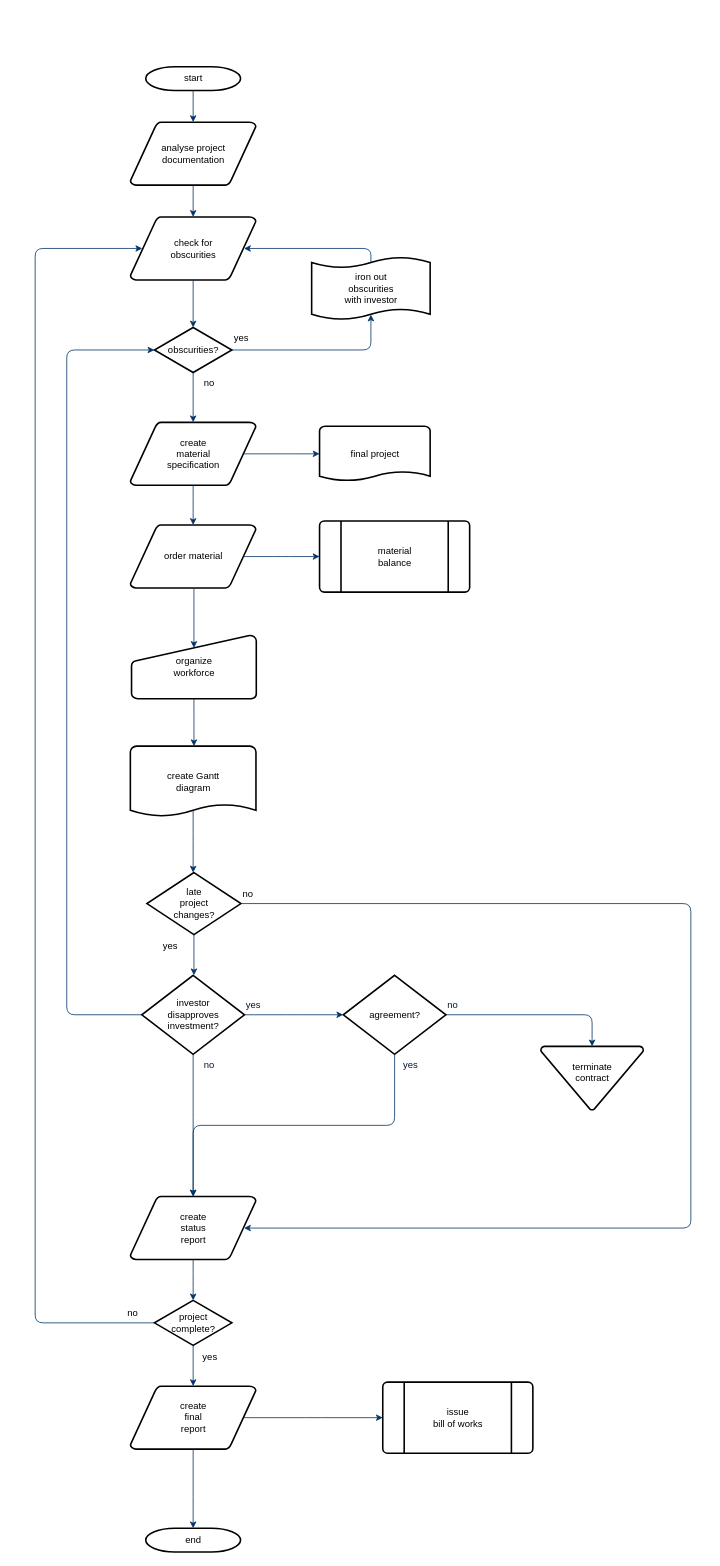
Earlier version of the draw.io diagram Untitled Diagram.drawio (GenyEEM/Doc). Source tidied: cells renumbered, new cells numbered last; positions are measured from the earlier drawing's top-left corner, leaving out a move shared by most shapes. Both pictures are drawn from the tidied source at 79%, with x=0, y=0 at pixel (35, 66).
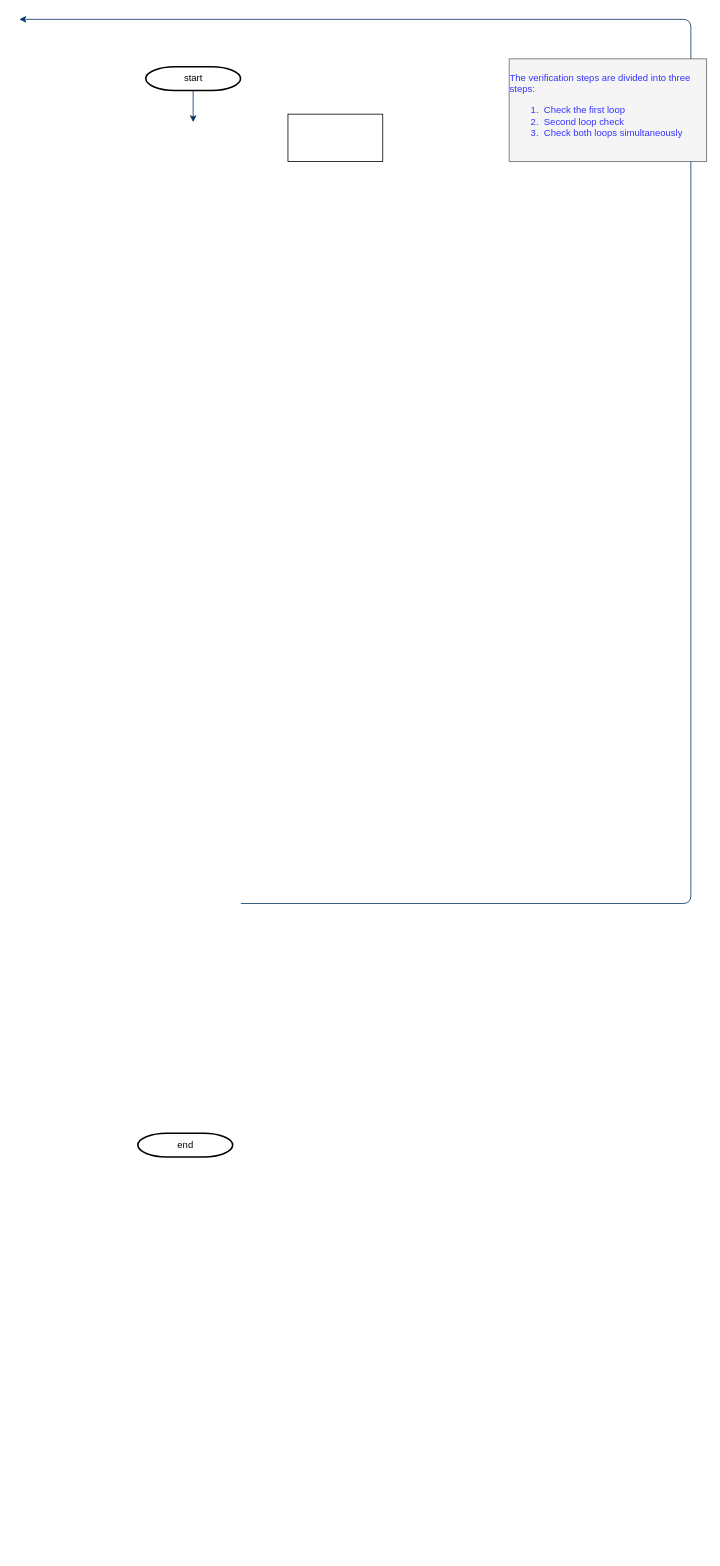
The same diagram, later.

Unchanged cells that the change refers to:
```xml
<mxCell id="2" value="start" style="shape=mxgraph.flowchart.terminator;strokeWidth=2;gradientColor=none;gradientDirection=north;fontStyle=0;html=1;" parent="1" vertex="1">
  <mxGeometry x="140" width="120" height="30" as="geometry" />
</mxCell>
```

Diff of the diagram source:
```diff
@@
-    <mxCell id="3" value="analyse project&#10; documentation" style="shape=mxgraph.flowchart.data;strokeWidth=2;gradientColor=none;gradientDirection=north;fontStyle=0;html=1;" parent="1" vertex="1">
-      <mxGeometry x="120.5" y="70" width="159" height="80" as="geometry" />
-    </mxCell>
-    <mxCell id="4" value="create&#10;material&#10;specification" style="shape=mxgraph.flowchart.data;strokeWidth=2;gradientColor=none;gradientDirection=north;fontStyle=0;html=1;" parent="1" vertex="1">
-      <mxGeometry x="120.5" y="450" width="159" height="80" as="geometry" />
-    </mxCell>
-    <mxCell id="5" value="check for&#10;obscurities" style="shape=mxgraph.flowchart.data;strokeWidth=2;gradientColor=none;gradientDirection=north;fontStyle=0;html=1;" parent="1" vertex="1">
-      <mxGeometry x="120.5" y="190" width="159" height="80" as="geometry" />
-    </mxCell>
-    <mxCell id="6" value="obscurities?" style="shape=mxgraph.flowchart.decision;strokeWidth=2;gradientColor=none;gradientDirection=north;fontStyle=0;html=1;" parent="1" vertex="1">
-      <mxGeometry x="151" y="330" width="98" height="57" as="geometry" />
-    </mxCell>
-    <mxCell id="7" style="fontStyle=1;strokeColor=#003366;strokeWidth=1;html=1;" parent="1" edge="1" source="2" target="3">
-      <mxGeometry relative="1" as="geometry" />
+    <mxCell id="7" style="fontStyle=1;strokeColor=#003366;strokeWidth=1;html=1;" parent="1" edge="1" source="2">
+      <mxGeometry relative="1" as="geometry">
+        <mxPoint x="200" y="70" as="targetPoint" />
+      </mxGeometry>
     </mxCell>
-    <mxCell id="8" style="fontStyle=1;strokeColor=#003366;strokeWidth=1;html=1;" parent="1" edge="1" source="3" target="5">
-      <mxGeometry relative="1" as="geometry" />
-    </mxCell>
-    <mxCell id="9" style="entryX=0.5;entryY=0;entryPerimeter=0;fontStyle=1;strokeColor=#003366;strokeWidth=1;html=1;" parent="1" edge="1" source="5" target="6">
-      <mxGeometry relative="1" as="geometry" />
-    </mxCell>
-    <mxCell id="10" style="edgeStyle=elbowEdgeStyle;elbow=horizontal;entryX=0.5;entryY=0.91;entryPerimeter=0;exitX=1;exitY=0.5;exitPerimeter=0;fontStyle=1;strokeColor=#003366;strokeWidth=1;html=1;" parent="1" edge="1" source="6" target="51">
-      <mxGeometry x="381" y="28.5" as="geometry">
-        <Array as="points">
-          <mxPoint x="425" y="340" />
-        </Array>
-      </mxGeometry>
-    </mxCell>
-    <mxCell id="11" value="yes" style="text;fontStyle=0;html=1;strokeColor=none;gradientColor=none;fillColor=none;strokeWidth=2;" parent="1" vertex="1">
-      <mxGeometry x="250" y="330" width="40" height="26" as="geometry" />
-    </mxCell>
-    <mxCell id="12" style="edgeStyle=elbowEdgeStyle;elbow=horizontal;fontColor=#001933;fontStyle=1;strokeColor=#003366;strokeWidth=1;html=1;" parent="1" edge="1" source="6" target="4">
-      <mxGeometry as="geometry" />
-    </mxCell>
-    <mxCell id="13" value="order material" style="shape=mxgraph.flowchart.data;strokeWidth=2;gradientColor=none;gradientDirection=north;fontStyle=0;html=1;" parent="1" vertex="1">
-      <mxGeometry x="120.5" y="580" width="159" height="80" as="geometry" />
-    </mxCell>
-    <mxCell id="14" value="no" style="text;fontStyle=0;html=1;strokeColor=none;gradientColor=none;fillColor=none;strokeWidth=2;align=center;" parent="1" vertex="1">
-      <mxGeometry x="200" y="387" width="40" height="26" as="geometry" />
-    </mxCell>
-    <mxCell id="15" value="final project" style="shape=mxgraph.flowchart.document;strokeWidth=2;gradientColor=none;gradientDirection=north;fontStyle=0;html=1;" parent="1" vertex="1">
-      <mxGeometry x="360" y="455" width="140" height="70" as="geometry" />
-    </mxCell>
-    <mxCell id="16" style="edgeStyle=elbowEdgeStyle;elbow=horizontal;exitX=0.905;exitY=0.5;exitPerimeter=0;fontStyle=1;strokeColor=#003366;strokeWidth=1;html=1;" parent="1" edge="1" source="4" target="15">
-      <mxGeometry as="geometry" />
-    </mxCell>
-    <mxCell id="17" style="edgeStyle=elbowEdgeStyle;elbow=horizontal;fontStyle=1;strokeColor=#003366;strokeWidth=1;html=1;" parent="1" edge="1" source="4" target="13">
-      <mxGeometry as="geometry" />
-    </mxCell>
-    <mxCell id="18" value="material&#10;balance" style="shape=mxgraph.flowchart.predefined_process;strokeWidth=2;gradientColor=none;gradientDirection=north;fontStyle=0;html=1;" parent="1" vertex="1">
-      <mxGeometry x="360" y="575" width="190" height="90" as="geometry" />
-    </mxCell>
-    <mxCell id="19" style="edgeStyle=elbowEdgeStyle;elbow=horizontal;exitX=0.905;exitY=0.5;exitPerimeter=0;fontStyle=1;strokeColor=#003366;strokeWidth=1;html=1;" parent="1" edge="1" source="13" target="18">
-      <mxGeometry as="geometry" />
-    </mxCell>
-    <mxCell id="20" value="organize &#10;workforce" style="shape=mxgraph.flowchart.manual_input;strokeWidth=2;gradientColor=none;gradientDirection=north;fontStyle=0;html=1;" parent="1" vertex="1">
-      <mxGeometry x="122" y="720" width="158" height="80" as="geometry" />
-    </mxCell>
-    <mxCell id="21" style="edgeStyle=elbowEdgeStyle;elbow=horizontal;entryX=0.5;entryY=0.195;entryPerimeter=0;fontStyle=1;strokeColor=#003366;strokeWidth=1;html=1;" parent="1" edge="1" source="13" target="20">
-      <mxGeometry as="geometry" />
-    </mxCell>
-    <mxCell id="22" value="create Gantt&#10;diagram" style="shape=mxgraph.flowchart.document;strokeWidth=2;gradientColor=none;gradientDirection=north;fontStyle=0;html=1;" parent="1" vertex="1">
-      <mxGeometry x="120.5" y="860" width="159" height="90" as="geometry" />
-    </mxCell>
-    <mxCell id="23" style="edgeStyle=elbowEdgeStyle;elbow=horizontal;exitX=0.5;exitY=1;exitPerimeter=0;fontStyle=1;strokeColor=#003366;strokeWidth=1;html=1;" parent="1" edge="1" source="20" target="22">
-      <mxGeometry as="geometry" />
-    </mxCell>
-    <mxCell id="24" value="late&#10;project&#10;changes?" style="shape=mxgraph.flowchart.decision;strokeWidth=2;gradientColor=none;gradientDirection=north;fontStyle=0;html=1;" parent="1" vertex="1">
-      <mxGeometry x="141.5" y="1020" width="119" height="78.5" as="geometry" />
-    </mxCell>
-    <mxCell id="25" style="edgeStyle=elbowEdgeStyle;elbow=horizontal;exitX=0.5;exitY=0.9;exitPerimeter=0;fontStyle=1;strokeColor=#003366;strokeWidth=1;html=1;" parent="1" edge="1" source="22" target="24">
-      <mxGeometry as="geometry" />
-    </mxCell>
-    <mxCell id="26" style="edgeStyle=elbowEdgeStyle;elbow=horizontal;exitX=0;exitY=0.5;exitPerimeter=0;entryX=0;entryY=0.5;entryPerimeter=0;fontStyle=1;strokeColor=#003366;strokeWidth=1;html=1;" parent="1" edge="1" source="28" target="6">
-      <mxGeometry as="geometry">
-        <Array as="points">
-          <mxPoint x="40" y="790" />
-        </Array>
-      </mxGeometry>
-    </mxCell>
-    <mxCell id="27" value="yes" style="text;fontStyle=0;html=1;strokeColor=none;gradientColor=none;fillColor=none;strokeWidth=2;" parent="1" vertex="1">
-      <mxGeometry x="160" y="1098.5" width="40" height="26" as="geometry" />
-    </mxCell>
-    <mxCell id="28" value="investor&#10;disapproves&#10; investment?" style="shape=mxgraph.flowchart.decision;strokeWidth=2;gradientColor=none;gradientDirection=north;fontStyle=0;html=1;" parent="1" vertex="1">
-      <mxGeometry x="135" y="1150" width="130" height="100" as="geometry" />
-    </mxCell>
-    <mxCell id="29" value="agreement?" style="shape=mxgraph.flowchart.decision;strokeWidth=2;gradientColor=none;gradientDirection=north;fontStyle=0;html=1;" parent="1" vertex="1">
-      <mxGeometry x="390" y="1150" width="130" height="100" as="geometry" />
-    </mxCell>
-    <mxCell id="30" style="edgeStyle=elbowEdgeStyle;elbow=horizontal;exitX=0.5;exitY=1;exitPerimeter=0;fontStyle=1;strokeColor=#003366;strokeWidth=1;html=1;" parent="1" edge="1" source="24" target="28">
-      <mxGeometry as="geometry" />
-    </mxCell>
-    <mxCell id="31" style="edgeStyle=elbowEdgeStyle;elbow=horizontal;exitX=1;exitY=0.5;exitPerimeter=0;entryX=0;entryY=0.5;entryPerimeter=0;fontStyle=1;strokeColor=#003366;strokeWidth=1;html=1;" parent="1" edge="1" source="28" target="29">
-      <mxGeometry as="geometry" />
-    </mxCell>
-    <mxCell id="32" value="terminate&#10;contract&#10;" style="shape=mxgraph.flowchart.merge_or_storage;strokeWidth=2;gradientColor=none;gradientDirection=north;fontStyle=0;html=1;" parent="1" vertex="1">
-      <mxGeometry x="640" y="1240" width="130" height="80.5" as="geometry" />
-    </mxCell>
-    <mxCell id="33" style="edgeStyle=elbowEdgeStyle;elbow=vertical;exitX=1;exitY=0.5;exitPerimeter=0;entryX=0.5;entryY=0;entryPerimeter=0;fontStyle=1;strokeColor=#003366;strokeWidth=1;html=1;" parent="1" edge="1" source="29" target="32">
-      <mxGeometry as="geometry">
-        <Array as="points">
-          <mxPoint x="620" y="1200" />
-        </Array>
-      </mxGeometry>
-    </mxCell>
-    <mxCell id="34" value="create&#10;status&#10;report" style="shape=mxgraph.flowchart.data;strokeWidth=2;gradientColor=none;gradientDirection=north;fontStyle=0;html=1;" parent="1" vertex="1">
-      <mxGeometry x="120.5" y="1430" width="159" height="80" as="geometry" />
-    </mxCell>
-    <mxCell id="35" style="edgeStyle=elbowEdgeStyle;elbow=vertical;exitX=0.5;exitY=1;exitPerimeter=0;fontColor=#001933;fontStyle=1;strokeColor=#003366;strokeWidth=1;html=1;" parent="1" edge="1" source="28" target="34">
-      <mxGeometry as="geometry" />
-    </mxCell>
-    <mxCell id="36" style="edgeStyle=elbowEdgeStyle;elbow=vertical;exitX=0.5;exitY=1;exitPerimeter=0;entryX=0.5;entryY=0;entryPerimeter=0;fontStyle=1;strokeColor=#003366;strokeWidth=1;html=1;" parent="1" edge="1" source="29" target="34">
-      <mxGeometry as="geometry" />
-    </mxCell>
-    <mxCell id="37" value="project&#10;complete?" style="shape=mxgraph.flowchart.decision;strokeWidth=2;gradientColor=none;gradientDirection=north;fontStyle=0;html=1;" parent="1" vertex="1">
-      <mxGeometry x="151" y="1561.5" width="98" height="57" as="geometry" />
-    </mxCell>
-    <mxCell id="38" value="create&#10;final&#10;report" style="shape=mxgraph.flowchart.data;strokeWidth=2;gradientColor=none;gradientDirection=north;fontStyle=0;html=1;" parent="1" vertex="1">
-      <mxGeometry x="120.5" y="1670" width="159" height="80" as="geometry" />
-    </mxCell>
-    <mxCell id="39" value="issue&#10;bill of works" style="shape=mxgraph.flowchart.predefined_process;strokeWidth=2;gradientColor=none;gradientDirection=north;fontStyle=0;html=1;" parent="1" vertex="1">
-      <mxGeometry x="440" y="1665" width="190" height="90" as="geometry" />
-    </mxCell>
     <mxCell id="40" value="end" style="shape=mxgraph.flowchart.terminator;strokeWidth=2;gradientColor=none;gradientDirection=north;fontStyle=0;html=1;" parent="1" vertex="1">
-      <mxGeometry x="140" y="1850" width="120" height="30" as="geometry" />
+      <mxGeometry x="130" y="1350" width="120" height="30" as="geometry" />
     </mxCell>
-    <mxCell id="41" style="edgeStyle=elbowEdgeStyle;elbow=vertical;exitX=0.5;exitY=1;exitPerimeter=0;entryX=0.5;entryY=0;entryPerimeter=0;fontStyle=1;strokeColor=#003366;strokeWidth=1;html=1;" parent="1" edge="1" source="34" target="37">
-      <mxGeometry as="geometry" />
-    </mxCell>
-    <mxCell id="42" style="edgeStyle=elbowEdgeStyle;elbow=vertical;exitX=0.5;exitY=1;exitPerimeter=0;entryX=0.5;entryY=0;entryPerimeter=0;fontStyle=1;strokeColor=#003366;strokeWidth=1;html=1;" parent="1" edge="1" source="37" target="38">
-      <mxGeometry as="geometry" />
-    </mxCell>
-    <mxCell id="43" style="edgeStyle=elbowEdgeStyle;elbow=vertical;exitX=0.5;exitY=1;exitPerimeter=0;entryX=0.5;entryY=0;entryPerimeter=0;fontStyle=1;strokeColor=#003366;strokeWidth=1;html=1;" parent="1" edge="1" source="38" target="40">
-      <mxGeometry as="geometry" />
-    </mxCell>
-    <mxCell id="44" style="edgeStyle=elbowEdgeStyle;elbow=vertical;exitX=0.905;exitY=0.5;exitPerimeter=0;entryX=0;entryY=0.5;entryPerimeter=0;fontStyle=1;strokeColor=#003366;strokeWidth=1;html=1;" parent="1" edge="1" source="38" target="39">
-      <mxGeometry as="geometry" />
-    </mxCell>
-    <mxCell id="45" style="edgeStyle=elbowEdgeStyle;elbow=horizontal;exitX=1;exitY=0.5;exitPerimeter=0;entryX=0.905;entryY=0.5;entryPerimeter=0;fontStyle=1;strokeColor=#003366;strokeWidth=1;html=1;" parent="1" edge="1" source="24" target="34">
+    <mxCell id="45" style="edgeStyle=elbowEdgeStyle;elbow=horizontal;exitX=1;exitY=0.5;exitPerimeter=0;entryX=0.905;entryY=0.5;entryPerimeter=0;fontStyle=1;strokeColor=#003366;strokeWidth=1;html=1;" parent="1" edge="1">
       <mxGeometry as="geometry">
+        <mxPoint x="260.5" y="1059.2" as="sourcePoint" />
+        <mxPoint x="-20" y="-60" as="targetPoint" />
         <Array as="points">
           <mxPoint x="830" y="1260" />
         </Array>
       </mxGeometry>
     </mxCell>
-    <mxCell id="46" value="no" style="text;fontStyle=0;html=1;strokeColor=none;gradientColor=none;fillColor=none;strokeWidth=2;" parent="1" vertex="1">
-      <mxGeometry x="260.5" y="1033.2" width="40" height="26" as="geometry" />
-    </mxCell>
-    <mxCell id="47" value="yes" style="text;fontColor=#001933;fontStyle=0;html=1;strokeColor=none;gradientColor=none;fillColor=none;strokeWidth=2;" parent="1" vertex="1">
-      <mxGeometry x="265" y="1174" width="40" height="26" as="geometry" />
-    </mxCell>
-    <mxCell id="48" value="no" style="text;fontColor=#001933;fontStyle=0;html=1;strokeColor=none;gradientColor=none;fillColor=none;strokeWidth=2;align=center;" parent="1" vertex="1">
-      <mxGeometry x="200" y="1250" width="40" height="26" as="geometry" />
-    </mxCell>
-    <mxCell id="49" value="yes" style="text;fontColor=#001933;fontStyle=0;html=1;strokeColor=none;gradientColor=none;fillColor=none;strokeWidth=2;align=center;" parent="1" vertex="1">
-      <mxGeometry x="455" y="1250" width="40" height="26" as="geometry" />
-    </mxCell>
-    <mxCell id="50" value="no" style="text;fontColor=#001933;fontStyle=0;html=1;strokeColor=none;gradientColor=none;fillColor=none;strokeWidth=2;" parent="1" vertex="1">
-      <mxGeometry x="520" y="1174" width="40" height="26" as="geometry" />
-    </mxCell>
-    <mxCell id="51" value="iron out&#10;obscurities &#10;with investor" style="shape=mxgraph.flowchart.paper_tape;strokeWidth=2;gradientColor=none;gradientDirection=north;fontStyle=0;html=1;" parent="1" vertex="1">
-      <mxGeometry x="350" y="240" width="150" height="81" as="geometry" />
-    </mxCell>
-    <mxCell id="52" style="edgeStyle=elbowEdgeStyle;elbow=horizontal;exitX=0.5;exitY=0.09;exitPerimeter=0;entryX=0.905;entryY=0.5;entryPerimeter=0;fontStyle=1;strokeColor=#003366;strokeWidth=1;html=1;" parent="1" edge="1" source="51" target="5">
-      <mxGeometry as="geometry">
-        <Array as="points">
-          <mxPoint x="425" y="240" />
-        </Array>
-      </mxGeometry>
-    </mxCell>
-    <mxCell id="53" value="yes" style="text;fontStyle=0;html=1;strokeColor=none;gradientColor=none;fillColor=none;strokeWidth=2;align=center;" parent="1" vertex="1">
-      <mxGeometry x="201" y="1620" width="40" height="26" as="geometry" />
-    </mxCell>
-    <mxCell id="54" style="edgeStyle=elbowEdgeStyle;elbow=horizontal;exitX=0;exitY=0.5;exitPerimeter=0;entryX=0.095;entryY=0.5;entryPerimeter=0;fontStyle=1;strokeColor=#003366;strokeWidth=1;html=1;" parent="1" edge="1" source="37" target="5">
-      <mxGeometry as="geometry">
-        <Array as="points">
-          <mxPoint y="910" />
-        </Array>
-      </mxGeometry>
-    </mxCell>
-    <mxCell id="55" value="no" style="text;fontStyle=0;html=1;strokeColor=none;gradientColor=none;fillColor=none;strokeWidth=2;" parent="1" vertex="1">
-      <mxGeometry x="115" y="1564" width="40" height="26" as="geometry" />
-    </mxCell>
+    <mxCell id="56" style="rounded=0;whiteSpace=wrap;html=1;" parent="1" vertex="1">
+      <mxGeometry x="320" y="60" width="120" height="60" as="geometry" />
+    </mxCell>
+    <mxCell id="57" value="&lt;div style=&quot;text-align: left; font-size: 12px;&quot;&gt;&lt;span style=&quot;font-size: 12px;&quot;&gt;The verification steps are divided into three steps:&lt;/span&gt;&lt;/div&gt;&lt;ol style=&quot;font-size: 12px;&quot;&gt;&lt;li style=&quot;text-align: left; font-size: 12px;&quot;&gt;&amp;nbsp;Check the first loop&lt;/li&gt;&lt;li style=&quot;text-align: left; font-size: 12px;&quot;&gt;&amp;nbsp;Second loop check&lt;/li&gt;&lt;li style=&quot;text-align: left; font-size: 12px;&quot;&gt;&amp;nbsp;Check both loops simultaneously&lt;/li&gt;&lt;/ol&gt;" style="text;html=1;strokeColor=#666666;fillColor=#f5f5f5;align=center;verticalAlign=middle;whiteSpace=wrap;rounded=0;fontSize=12;fontColor=#3333FF;" parent="1" vertex="1">
+      <mxGeometry x="600" y="-10" width="250" height="130" as="geometry" />
+    </mxCell>
```
